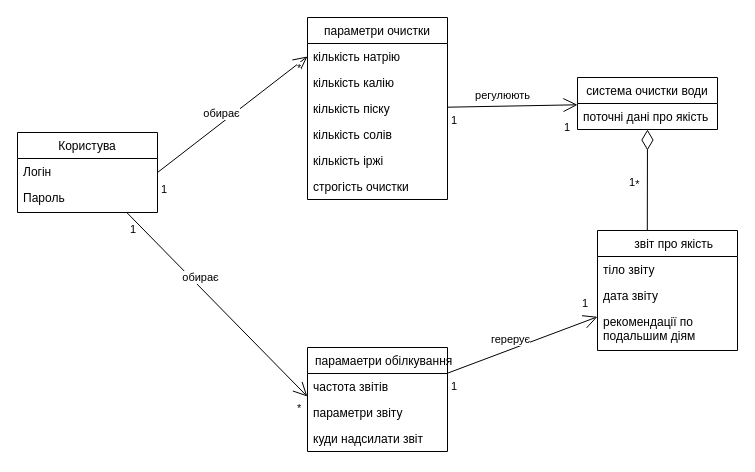
oleksandrblazhko/ai-215-palamarchuk keeps this draw.io diagram as 2-SoftwareDesign/2.1-UMLConceptClasses/UML.drawio. Above is the earlier version. Source tidied: cells renumbered, new cells numbered last; positions are measured from the earlier drawing's top-left corner, leaving out a move shared by most shapes. Both pictures are drawn from the tidied source at 100%, with x=0, y=0 at pixel (17, 17).
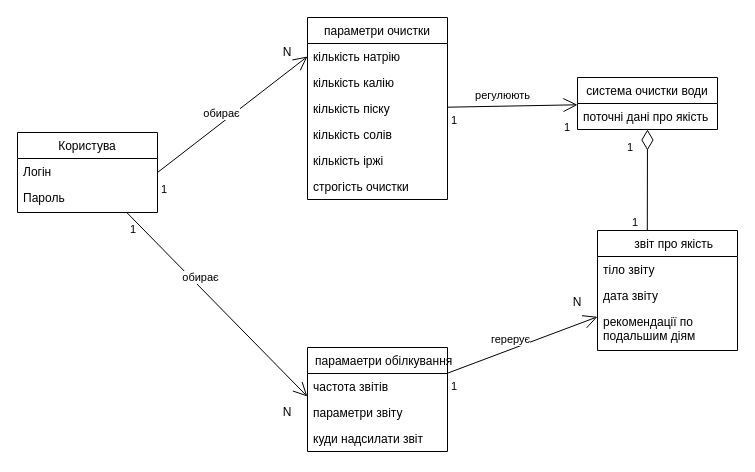
After the change.

The change refers to these unchanged cells:
```xml
<mxCell id="12" style="endArrow=none;html=1;startSize=12;startArrow=open;startFill=0;entryX=1;entryY=0.5;entryDx=0;entryDy=0;exitX=0;exitY=0.5;exitDx=0;exitDy=0;" parent="1" edge="1" source="6" target="2">
  <mxGeometry relative="1" as="geometry" />
</mxCell>
<mxCell id="25" style="endArrow=none;html=1;endSize=12;startArrow=diamondThin;startSize=18;startFill=0;" parent="1" edge="1" source="17">
  <mxGeometry relative="1" as="geometry">
    <mxPoint x="629.8" y="213" as="targetPoint" />
  </mxGeometry>
</mxCell>
<mxCell id="32" style="endArrow=none;html=1;startSize=12;startArrow=open;startFill=0;exitX=-0.001;exitY=0.885;exitDx=0;exitDy=0;exitPerimeter=0;" parent="1" edge="1" source="29" target="2">
  <mxGeometry relative="1" as="geometry" />
</mxCell>
```

The edit, as a diff of the source:
```diff
@@
-    <mxCell id="13" value="*" style="edgeLabel;html=1;align=left;verticalAlign=bottom;" parent="12" vertex="1">
-      <mxGeometry x="-1" relative="1" as="geometry">
-        <mxPoint x="-12" y="20" as="offset" />
-      </mxGeometry>
-    </mxCell>
@@
-    <mxCell id="26" value="*" style="edgeLabel;html=1;align=center;verticalAlign=middle;" parent="25" vertex="1">
-      <mxGeometry x="-0.6" y="6" relative="1" as="geometry">
-        <mxPoint x="-16" y="34" as="offset" />
-      </mxGeometry>
-    </mxCell>
     <mxCell id="27" value="1" style="edgeLabel;html=1;align=left;verticalAlign=bottom;" parent="1" vertex="1">
-      <mxGeometry x="610" y="173" as="geometry" />
+      <mxGeometry x="610" y="200" as="geometry">
+        <mxPoint x="3" y="13" as="offset" />
+      </mxGeometry>
     </mxCell>
@@
-    <mxCell id="33" value="*" style="edgeLabel;html=1;align=left;verticalAlign=bottom;" parent="32" vertex="1">
-      <mxGeometry x="-1" relative="1" as="geometry">
-        <mxPoint x="-12" y="20" as="offset" />
-      </mxGeometry>
-    </mxCell>
@@
-    <mxCell id="40" value="1" style="edgeLabel;html=1;align=right;verticalAlign=bottom;" parent="1" vertex="1">
-      <mxGeometry x="560" y="300" as="geometry">
-        <mxPoint x="11" y="-6" as="offset" />
+    <mxCell id="40" value="1" style="edgeLabel;html=1;align=left;verticalAlign=bottom;" parent="1" vertex="1">
+      <mxGeometry x="610" y="210" as="geometry">
+        <mxPoint x="-2" y="-72" as="offset" />
       </mxGeometry>
     </mxCell>
+    <mxCell id="41" value="N" style="text;html=1;strokeColor=none;fillColor=none;align=center;verticalAlign=middle;whiteSpace=wrap;rounded=0;" parent="1" vertex="1">
+      <mxGeometry x="240" y="380" width="60" height="30" as="geometry" />
+    </mxCell>
+    <mxCell id="42" value="N" style="text;html=1;strokeColor=none;fillColor=none;align=center;verticalAlign=middle;whiteSpace=wrap;rounded=0;" parent="1" vertex="1">
+      <mxGeometry x="240" y="20" width="60" height="30" as="geometry" />
+    </mxCell>
+    <mxCell id="43" value="N" style="text;html=1;strokeColor=none;fillColor=none;align=center;verticalAlign=middle;whiteSpace=wrap;rounded=0;" parent="1" vertex="1">
+      <mxGeometry x="530" y="270" width="60" height="30" as="geometry" />
+    </mxCell>
```
